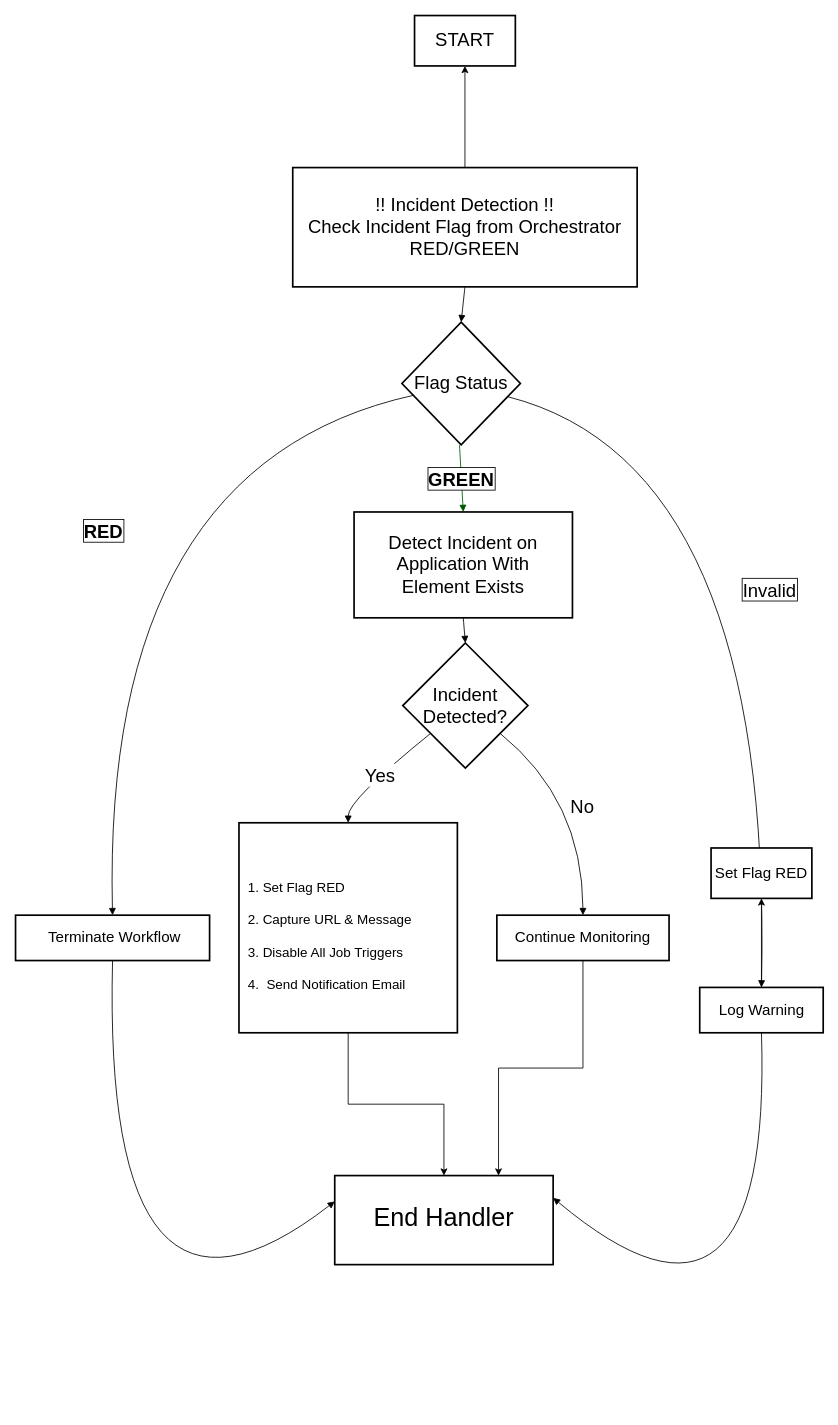
Above: Untitled Diagram.drawio in harshitsharmatpg/vault (draw.io), before the change. Source tidied: cells renumbered, new cells numbered last; positions are measured from the earlier drawing's top-left corner, leaving out a move shared by most shapes. Both pictures are drawn from the tidied source at 84%, with x=0, y=0 at pixel (15, 15).
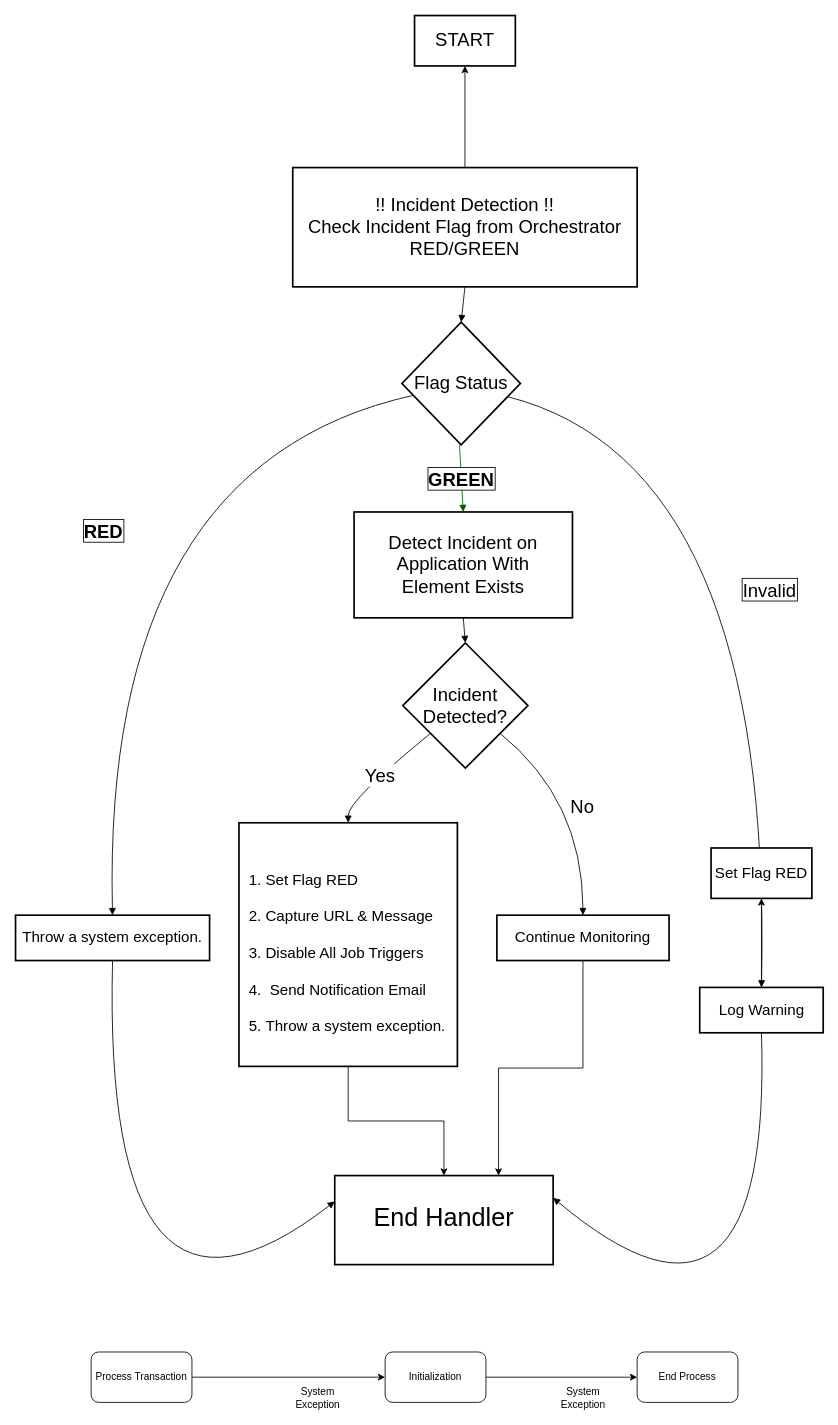
After the change.

Commit message:
DIH Final Block Dig

Diff of the diagram source:
```diff
@@
-    <mxCell id="5" value=" Terminate Workflow" style="whiteSpace=wrap;strokeWidth=2;fontSize=18;" parent="1" vertex="1">
+    <mxCell id="5" value="Throw a system exception." style="whiteSpace=wrap;strokeWidth=2;fontSize=18;" parent="1" vertex="1">
       <mxGeometry y="1071" width="231" height="54" as="geometry" />
     </mxCell>
@@
-    <mxCell id="11" value="&#10;  1. Set Flag RED &#10;    &#10;  2. Capture URL &amp; Message&#10;&#10;  3. Disable All Job Triggers&#10;&#10;  4.  Send Notification Email" style="whiteSpace=wrap;strokeWidth=2;fontSize=16;align=left;" parent="1" vertex="1">
-      <mxGeometry x="266" y="961" width="260" height="250" as="geometry" />
+    <mxCell id="11" value="&#10;  1. Set Flag RED &#10;    &#10;  2. Capture URL &amp; Message&#10;&#10;  3. Disable All Job Triggers&#10;&#10;  4.  Send Notification Email&#10;&#10;  5. Throw a system exception." style="whiteSpace=wrap;strokeWidth=2;fontSize=18;align=left;" parent="1" vertex="1">
+      <mxGeometry x="266" y="961" width="260" height="290" as="geometry" />
     </mxCell>
@@
+    <mxCell id="26" style="edgeStyle=orthogonalEdgeStyle;rounded=0;jettySize=auto;html=1;exitX=1;exitY=0.5;exitDx=0;exitDy=0;entryX=0;entryY=0.5;entryDx=0;entryDy=0;" parent="1" edge="1" source="27" target="29">
+      <mxGeometry relative="1" as="geometry" />
+    </mxCell>
+    <mxCell id="27" value="Process Transaction" style="rounded=1;whiteSpace=wrap;html=1;" parent="1" vertex="1">
+      <mxGeometry x="90" y="1591" width="120" height="60" as="geometry" />
+    </mxCell>
+    <mxCell id="28" style="edgeStyle=orthogonalEdgeStyle;rounded=0;jettySize=auto;html=1;exitX=1;exitY=0.5;exitDx=0;exitDy=0;entryX=0;entryY=0.5;entryDx=0;entryDy=0;" parent="1" edge="1" source="29" target="31">
+      <mxGeometry relative="1" as="geometry" />
+    </mxCell>
+    <mxCell id="29" value="Initialization" style="rounded=1;whiteSpace=wrap;html=1;" parent="1" vertex="1">
+      <mxGeometry x="440" y="1591" width="120" height="60" as="geometry" />
+    </mxCell>
+    <mxCell id="30" value="System Exception" style="text;html=1;whiteSpace=wrap;strokeColor=none;fillColor=none;align=center;verticalAlign=middle;rounded=0;" parent="1" vertex="1">
+      <mxGeometry x="330" y="1631" width="60" height="30" as="geometry" />
+    </mxCell>
+    <mxCell id="31" value="End Process" style="rounded=1;whiteSpace=wrap;html=1;" parent="1" vertex="1">
+      <mxGeometry x="740" y="1591" width="120" height="60" as="geometry" />
+    </mxCell>
+    <mxCell id="32" value="System Exception" style="text;html=1;whiteSpace=wrap;strokeColor=none;fillColor=none;align=center;verticalAlign=middle;rounded=0;" parent="1" vertex="1">
+      <mxGeometry x="645.5" y="1631" width="60" height="30" as="geometry" />
+    </mxCell>
```
